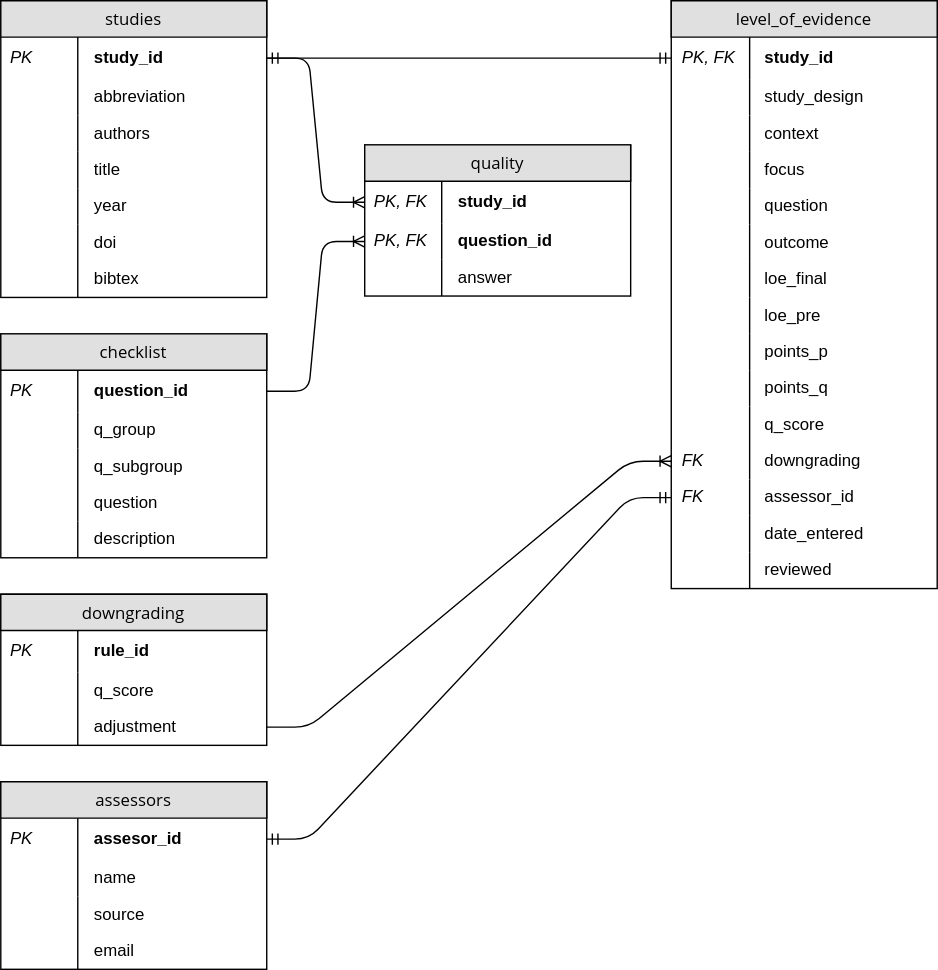
Earlier version of the draw.io export fig/eat_db.svg (dschoenig/eat). Source tidied: cells renumbered, new cells last; positions are measured from the earlier drawing's top-left corner, leaving out a move shared by most shapes.
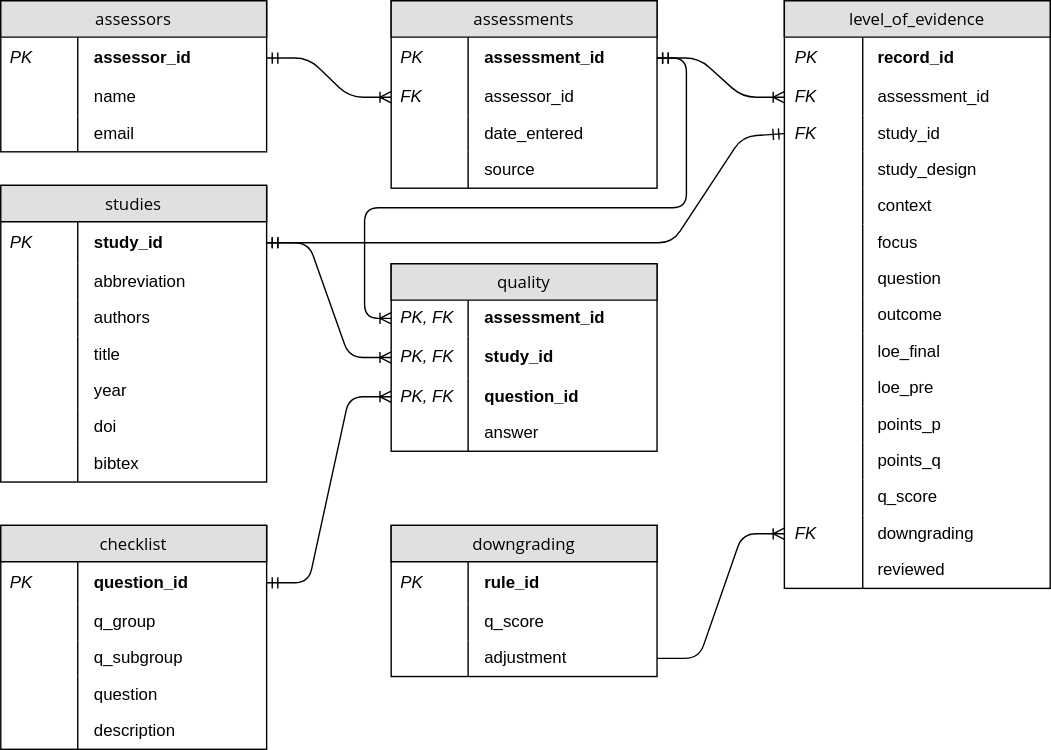
After the change.

Commit message:
updated ERD of database

Change to the diagram source:
```diff
@@ -5,12 +5,24 @@
     <mxCell id="2" value="level_of_evidence" style="swimlane;fontStyle=0;horizontal=1;startSize=26;fillColor=#e0e0e0;swimlaneFillColor=#ffffff;align=center;rounded=0;shadow=0;glass=0;comic=0;strokeColor=#000000;fontFamily=Open Sans;" parent="1" vertex="1">
-      <mxGeometry x="479" width="190" height="420" as="geometry" />
+      <mxGeometry x="530" y="-33" width="190" height="420" as="geometry" />
     </mxCell>
-    <mxCell id="3" value="study_id" style="shape=partialRectangle;top=0;left=0;right=0;bottom=0;align=left;verticalAlign=middle;fillColor=none;spacingLeft=64;spacingRight=4;overflow=hidden;points=[[0,0.5],[1,0.5]];portConstraint=eastwest;fontStyle=1;" parent="2" vertex="1">
+    <mxCell id="3" value="record_id" style="shape=partialRectangle;top=0;left=0;right=0;bottom=0;align=left;verticalAlign=middle;fillColor=none;spacingLeft=64;spacingRight=4;overflow=hidden;points=[[0,0.5],[1,0.5]];portConstraint=eastwest;fontStyle=1;" parent="2" vertex="1">
       <mxGeometry y="26" width="190" height="30" as="geometry" />
     </mxCell>
-    <mxCell id="4" value="PK, FK" style="shape=partialRectangle;top=0;left=0;bottom=0;fillColor=none;align=left;verticalAlign=middle;spacingLeft=4;spacingRight=4;overflow=hidden;fontStyle=2;" parent="3" vertex="1">
+    <mxCell id="4" value="PK" style="shape=partialRectangle;top=0;left=0;bottom=0;fillColor=none;align=left;verticalAlign=middle;spacingLeft=4;spacingRight=4;overflow=hidden;fontStyle=2;" parent="3" vertex="1">
       <mxGeometry x="1" width="55" height="30" as="geometry" />
     </mxCell>
+    <mxCell id="27" value="assessment_id" style="shape=partialRectangle;top=0;left=0;right=0;bottom=0;align=left;verticalAlign=middle;fillColor=none;spacingLeft=64;spacingRight=4;overflow=hidden;points=[[0,0.5],[1,0.5]];portConstraint=eastwest;" parent="2" vertex="1">
+      <mxGeometry y="56" width="190" height="26" as="geometry" />
+    </mxCell>
+    <mxCell id="28" value="FK" style="shape=partialRectangle;top=0;left=0;bottom=0;fillColor=none;align=left;verticalAlign=middle;spacingLeft=4;spacingRight=4;overflow=hidden;fontStyle=2;" parent="27" vertex="1">
+      <mxGeometry x="1" width="55" height="26" as="geometry" />
+    </mxCell>
+    <mxCell id="87" value="study_id" style="shape=partialRectangle;top=0;left=0;right=0;bottom=0;align=left;verticalAlign=middle;fillColor=none;spacingLeft=64;spacingRight=4;overflow=hidden;points=[[0,0.5],[1,0.5]];portConstraint=eastwest;" parent="2" vertex="1">
+      <mxGeometry y="82" width="190" height="26" as="geometry" />
+    </mxCell>
+    <mxCell id="88" value="FK" style="shape=partialRectangle;top=0;left=0;bottom=0;fillColor=none;align=left;verticalAlign=middle;spacingLeft=4;spacingRight=4;overflow=hidden;fontStyle=2;" parent="87" vertex="1">
+      <mxGeometry x="1" width="55" height="26" as="geometry" />
+    </mxCell>
     <mxCell id="5" value="study_design" style="shape=partialRectangle;top=0;left=0;right=0;bottom=0;align=left;verticalAlign=middle;fillColor=none;spacingLeft=64;spacingRight=4;overflow=hidden;" parent="2" vertex="1">
-      <mxGeometry y="56" width="190" height="26" as="geometry" />
+      <mxGeometry y="108" width="190" height="26" as="geometry" />
     </mxCell>
@@ -20,3 +32,3 @@
     <mxCell id="7" value="context" style="shape=partialRectangle;top=0;left=0;right=0;bottom=0;align=left;verticalAlign=middle;fillColor=none;spacingLeft=64;spacingRight=4;overflow=hidden;" parent="2" vertex="1">
-      <mxGeometry y="82" width="190" height="26" as="geometry" />
+      <mxGeometry y="134" width="190" height="26" as="geometry" />
     </mxCell>
@@ -26,3 +38,3 @@
     <mxCell id="9" value="focus" style="shape=partialRectangle;top=0;left=0;right=0;bottom=0;align=left;verticalAlign=middle;fillColor=none;spacingLeft=64;spacingRight=4;overflow=hidden;" parent="2" vertex="1">
-      <mxGeometry y="108" width="190" height="26" as="geometry" />
+      <mxGeometry y="160" width="190" height="26" as="geometry" />
     </mxCell>
@@ -32,3 +44,3 @@
     <mxCell id="11" value="question" style="shape=partialRectangle;top=0;left=0;right=0;bottom=0;align=left;verticalAlign=middle;fillColor=none;spacingLeft=64;spacingRight=4;overflow=hidden;" parent="2" vertex="1">
-      <mxGeometry y="134" width="190" height="26" as="geometry" />
+      <mxGeometry y="186" width="190" height="26" as="geometry" />
     </mxCell>
@@ -38,3 +50,3 @@
     <mxCell id="13" value="outcome" style="shape=partialRectangle;top=0;left=0;right=0;bottom=0;align=left;verticalAlign=middle;fillColor=none;spacingLeft=64;spacingRight=4;overflow=hidden;" parent="2" vertex="1">
-      <mxGeometry y="160" width="190" height="26" as="geometry" />
+      <mxGeometry y="212" width="190" height="26" as="geometry" />
     </mxCell>
@@ -44,3 +56,3 @@
     <mxCell id="15" value="loe_final" style="shape=partialRectangle;top=0;left=0;right=0;bottom=0;align=left;verticalAlign=middle;fillColor=none;spacingLeft=64;spacingRight=4;overflow=hidden;" parent="2" vertex="1">
-      <mxGeometry y="186" width="190" height="26" as="geometry" />
+      <mxGeometry y="238" width="190" height="26" as="geometry" />
     </mxCell>
@@ -50,3 +62,3 @@
     <mxCell id="17" value="loe_pre" style="shape=partialRectangle;top=0;left=0;right=0;bottom=0;align=left;verticalAlign=middle;fillColor=none;spacingLeft=64;spacingRight=4;overflow=hidden;" parent="2" vertex="1">
-      <mxGeometry y="212" width="190" height="26" as="geometry" />
+      <mxGeometry y="264" width="190" height="26" as="geometry" />
     </mxCell>
@@ -56,3 +68,3 @@
     <mxCell id="19" value="points_p" style="shape=partialRectangle;top=0;left=0;right=0;bottom=0;align=left;verticalAlign=middle;fillColor=none;spacingLeft=64;spacingRight=4;overflow=hidden;" parent="2" vertex="1">
-      <mxGeometry y="238" width="190" height="26" as="geometry" />
+      <mxGeometry y="290" width="190" height="26" as="geometry" />
     </mxCell>
@@ -62,3 +74,3 @@
     <mxCell id="21" value="points_q" style="shape=partialRectangle;top=0;left=0;right=0;bottom=0;align=left;verticalAlign=middle;fillColor=none;spacingLeft=64;spacingRight=4;overflow=hidden;" parent="2" vertex="1">
-      <mxGeometry y="264" width="190" height="26" as="geometry" />
+      <mxGeometry y="316" width="190" height="26" as="geometry" />
     </mxCell>
@@ -68,3 +80,3 @@
     <mxCell id="23" value="q_score" style="shape=partialRectangle;top=0;left=0;right=0;bottom=0;align=left;verticalAlign=middle;fillColor=none;spacingLeft=64;spacingRight=4;overflow=hidden;" parent="2" vertex="1">
-      <mxGeometry y="290" width="190" height="26" as="geometry" />
+      <mxGeometry y="342" width="190" height="26" as="geometry" />
     </mxCell>
@@ -74,3 +86,3 @@
     <mxCell id="25" value="downgrading" style="shape=partialRectangle;top=0;left=0;right=0;bottom=0;align=left;verticalAlign=middle;fillColor=none;spacingLeft=64;spacingRight=4;overflow=hidden;points=[[0,0.5],[1,0.5]];portConstraint=eastwest;" parent="2" vertex="1">
-      <mxGeometry y="316" width="190" height="26" as="geometry" />
+      <mxGeometry y="368" width="190" height="26" as="geometry" />
     </mxCell>
@@ -79,14 +91,2 @@
     </mxCell>
-    <mxCell id="27" value="assessor_id" style="shape=partialRectangle;top=0;left=0;right=0;bottom=0;align=left;verticalAlign=middle;fillColor=none;spacingLeft=64;spacingRight=4;overflow=hidden;points=[[0,0.5],[1,0.5]];portConstraint=eastwest;" parent="2" vertex="1">
-      <mxGeometry y="342" width="190" height="26" as="geometry" />
-    </mxCell>
-    <mxCell id="28" value="FK" style="shape=partialRectangle;top=0;left=0;bottom=0;fillColor=none;align=left;verticalAlign=middle;spacingLeft=4;spacingRight=4;overflow=hidden;fontStyle=2;" parent="27" vertex="1">
-      <mxGeometry x="1" width="55" height="26" as="geometry" />
-    </mxCell>
-    <mxCell id="29" value="date_entered" style="shape=partialRectangle;top=0;left=0;right=0;bottom=0;align=left;verticalAlign=middle;fillColor=none;spacingLeft=64;spacingRight=4;overflow=hidden;" parent="2" vertex="1">
-      <mxGeometry y="368" width="190" height="26" as="geometry" />
-    </mxCell>
-    <mxCell id="30" style="shape=partialRectangle;top=0;left=0;bottom=0;fillColor=none;align=left;verticalAlign=middle;spacingLeft=4;spacingRight=4;overflow=hidden;" parent="29" vertex="1">
-      <mxGeometry x="1" width="55" height="26" as="geometry" />
-    </mxCell>
     <mxCell id="31" value="reviewed" style="shape=partialRectangle;top=0;left=0;right=0;bottom=0;align=left;verticalAlign=middle;fillColor=none;spacingLeft=64;spacingRight=4;overflow=hidden;" parent="2" vertex="1">
@@ -98,5 +98,5 @@
     <mxCell id="33" value="assessors" style="swimlane;fontStyle=0;horizontal=1;startSize=26;fillColor=#e0e0e0;swimlaneFillColor=#ffffff;align=center;rounded=0;shadow=0;glass=0;comic=0;strokeColor=#000000;fontFamily=Open Sans;" parent="1" vertex="1">
-      <mxGeometry y="558" width="190" height="134" as="geometry" />
+      <mxGeometry x="-30" y="-33" width="190" height="108" as="geometry" />
     </mxCell>
-    <mxCell id="34" value="assesor_id" style="shape=partialRectangle;top=0;left=0;right=0;bottom=0;align=left;verticalAlign=middle;fillColor=none;spacingLeft=64;spacingRight=4;overflow=hidden;points=[[0,0.5],[1,0.5]];portConstraint=eastwest;fontStyle=1;" parent="33" vertex="1">
+    <mxCell id="34" value="assessor_id" style="shape=partialRectangle;top=0;left=0;right=0;bottom=0;align=left;verticalAlign=middle;fillColor=none;spacingLeft=64;spacingRight=4;overflow=hidden;points=[[0,0.5],[1,0.5]];portConstraint=eastwest;fontStyle=1;" parent="33" vertex="1">
       <mxGeometry y="26" width="190" height="30" as="geometry" />
@@ -112,10 +112,4 @@
     </mxCell>
-    <mxCell id="38" value="source" style="shape=partialRectangle;top=0;left=0;right=0;bottom=0;align=left;verticalAlign=middle;fillColor=none;spacingLeft=64;spacingRight=4;overflow=hidden;" parent="33" vertex="1">
-      <mxGeometry y="82" width="190" height="26" as="geometry" />
-    </mxCell>
-    <mxCell id="39" style="shape=partialRectangle;top=0;left=0;bottom=0;fillColor=none;align=left;verticalAlign=middle;spacingLeft=64;spacingRight=4;overflow=hidden;" parent="38" vertex="1">
-      <mxGeometry width="55" height="26" as="geometry" />
-    </mxCell>
     <mxCell id="40" value="email" style="shape=partialRectangle;top=0;left=0;right=0;bottom=0;align=left;verticalAlign=middle;fillColor=none;spacingLeft=64;spacingRight=4;overflow=hidden;" parent="33" vertex="1">
-      <mxGeometry y="108" width="190" height="26" as="geometry" />
+      <mxGeometry y="82" width="190" height="26" as="geometry" />
     </mxCell>
@@ -125,3 +119,3 @@
     <mxCell id="42" value="studies" style="swimlane;fontStyle=0;horizontal=1;startSize=26;fillColor=#e0e0e0;swimlaneFillColor=#ffffff;align=center;rounded=0;shadow=0;glass=0;comic=0;strokeColor=#000000;fontFamily=Open Sans;" parent="1" vertex="1">
-      <mxGeometry width="190" height="212" as="geometry" />
+      <mxGeometry x="-30" y="99" width="190" height="212" as="geometry" />
     </mxCell>
@@ -170,3 +164,3 @@
     <mxCell id="57" value="checklist" style="swimlane;fontStyle=0;horizontal=1;startSize=26;fillColor=#e0e0e0;swimlaneFillColor=#ffffff;align=center;rounded=0;shadow=0;glass=0;comic=0;strokeColor=#000000;fontFamily=Open Sans;" parent="1" vertex="1">
-      <mxGeometry y="238" width="190" height="160" as="geometry" />
+      <mxGeometry x="-30" y="342" width="190" height="160" as="geometry" />
     </mxCell>
@@ -203,3 +197,3 @@
     <mxCell id="68" value="downgrading" style="swimlane;fontStyle=0;horizontal=1;startSize=26;fillColor=#e0e0e0;swimlaneFillColor=#ffffff;align=center;rounded=0;shadow=0;glass=0;comic=0;strokeColor=#000000;fontFamily=Open Sans;" parent="1" vertex="1">
-      <mxGeometry y="424" width="190" height="108" as="geometry" />
+      <mxGeometry x="249" y="342" width="190" height="108" as="geometry" />
     </mxCell>
@@ -223,8 +217,10 @@
     </mxCell>
-    <mxCell id="75" style="edgeStyle=entityRelationEdgeStyle;html=1;endArrow=ERmandOne;startArrow=ERmandOne;entryX=0;entryY=0.5;exitX=1;exitY=0.5;" parent="1" edge="1" source="43" target="3">
-      <mxGeometry relative="1" as="geometry" />
+    <mxCell id="75" style="html=1;endArrow=ERmandOne;startArrow=ERmandOne;entryX=0;entryY=0.5;exitX=1;exitY=0.5;" parent="1" edge="1" source="43" target="87">
+      <mxGeometry relative="1" as="geometry">
+        <Array as="points">
+          <mxPoint x="450" y="140" />
+          <mxPoint x="500" y="64" />
+        </Array>
+      </mxGeometry>
     </mxCell>
-    <mxCell id="76" style="edgeStyle=entityRelationEdgeStyle;html=1;endArrow=ERmandOne;startArrow=ERmandOne;entryX=0;entryY=0.5;exitX=1;exitY=0.5;" parent="1" edge="1" source="34" target="27">
-      <mxGeometry relative="1" as="geometry" />
-    </mxCell>
     <mxCell id="77" style="edgeStyle=entityRelationEdgeStyle;html=1;endArrow=ERoneToMany;entryX=0;entryY=0.5;exitX=1;exitY=0.5;" parent="1" edge="1" source="73" target="25">
@@ -232,13 +228,13 @@
     </mxCell>
-    <mxCell id="78" style="edgeStyle=entityRelationEdgeStyle;html=1;endArrow=ERoneToMany;entryX=0;entryY=0.5;exitX=1;exitY=0.5;" parent="1" edge="1" source="58" target="83">
-      <mxGeometry relative="1" as="geometry" />
-    </mxCell>
-    <mxCell id="79" style="edgeStyle=entityRelationEdgeStyle;html=1;endArrow=ERoneToMany;exitX=1;exitY=0.5;entryX=0;entryY=0.5;" parent="1" edge="1" source="43" target="81">
-      <mxGeometry relative="1" as="geometry" />
-    </mxCell>
     <mxCell id="80" value="quality" style="swimlane;fontStyle=0;horizontal=1;startSize=26;fillColor=#e0e0e0;swimlaneFillColor=#ffffff;align=center;rounded=0;shadow=0;glass=0;comic=0;strokeColor=#000000;fontFamily=Open Sans;" parent="1" vertex="1">
-      <mxGeometry x="260" y="103" width="190" height="108" as="geometry" />
+      <mxGeometry x="249" y="155" width="190" height="134" as="geometry" />
     </mxCell>
+    <mxCell id="89" value="assessment_id" style="shape=partialRectangle;top=0;left=0;right=0;bottom=0;align=left;verticalAlign=middle;fillColor=none;spacingLeft=64;spacingRight=4;overflow=hidden;points=[[0,0.5],[1,0.5]];portConstraint=eastwest;fontStyle=1;" parent="80" vertex="1">
+      <mxGeometry y="26" width="190" height="26" as="geometry" />
+    </mxCell>
+    <mxCell id="90" value="PK, FK" style="shape=partialRectangle;top=0;left=0;bottom=0;fillColor=none;align=left;verticalAlign=middle;spacingLeft=4;spacingRight=4;overflow=hidden;fontStyle=2;" parent="89" vertex="1">
+      <mxGeometry width="55" height="26" as="geometry" />
+    </mxCell>
     <mxCell id="81" value="study_id" style="shape=partialRectangle;top=0;left=0;right=0;bottom=0;align=left;verticalAlign=middle;fillColor=none;spacingLeft=64;spacingRight=4;overflow=hidden;points=[[0,0.5],[1,0.5]];portConstraint=eastwest;fontStyle=1;" parent="80" vertex="1">
-      <mxGeometry y="26" width="190" height="30" as="geometry" />
+      <mxGeometry y="52" width="190" height="30" as="geometry" />
     </mxCell>
@@ -248,3 +244,3 @@
     <mxCell id="83" value="question_id" style="shape=partialRectangle;top=0;left=0;right=0;bottom=0;align=left;verticalAlign=middle;fillColor=none;spacingLeft=64;spacingRight=4;overflow=hidden;points=[[0,0.5],[1,0.5]];portConstraint=eastwest;fontStyle=1;" parent="80" vertex="1">
-      <mxGeometry y="56" width="190" height="26" as="geometry" />
+      <mxGeometry y="82" width="190" height="26" as="geometry" />
     </mxCell>
@@ -254,3 +250,3 @@
     <mxCell id="85" value="answer" style="shape=partialRectangle;top=0;left=0;right=0;bottom=0;align=left;verticalAlign=middle;fillColor=none;spacingLeft=64;spacingRight=4;overflow=hidden;" parent="80" vertex="1">
-      <mxGeometry y="82" width="190" height="26" as="geometry" />
+      <mxGeometry y="108" width="190" height="26" as="geometry" />
     </mxCell>
@@ -259,2 +255,51 @@
     </mxCell>
+    <mxCell id="91" value="assessments" style="swimlane;fontStyle=0;horizontal=1;startSize=26;fillColor=#e0e0e0;swimlaneFillColor=#ffffff;align=center;rounded=0;shadow=0;glass=0;comic=0;strokeColor=#000000;fontFamily=Open Sans;" parent="1" vertex="1">
+      <mxGeometry x="249" y="-33" width="190" height="134" as="geometry" />
+    </mxCell>
+    <mxCell id="92" value="assessment_id" style="shape=partialRectangle;top=0;left=0;right=0;bottom=0;align=left;verticalAlign=middle;fillColor=none;spacingLeft=64;spacingRight=4;overflow=hidden;points=[[0,0.5],[1,0.5]];portConstraint=eastwest;fontStyle=1;" parent="91" vertex="1">
+      <mxGeometry y="26" width="190" height="30" as="geometry" />
+    </mxCell>
+    <mxCell id="93" value="PK" style="shape=partialRectangle;top=0;left=0;bottom=0;fillColor=none;align=left;verticalAlign=middle;spacingLeft=4;spacingRight=4;overflow=hidden;fontStyle=2;" parent="92" vertex="1">
+      <mxGeometry width="55" height="30" as="geometry" />
+    </mxCell>
+    <mxCell id="94" value="assessor_id" style="shape=partialRectangle;top=0;left=0;right=0;bottom=0;align=left;verticalAlign=middle;fillColor=none;spacingLeft=64;spacingRight=4;overflow=hidden;points=[[0,0.5],[1,0.5]];portConstraint=eastwest;" parent="91" vertex="1">
+      <mxGeometry y="56" width="190" height="26" as="geometry" />
+    </mxCell>
+    <mxCell id="95" value="FK" style="shape=partialRectangle;top=0;left=0;bottom=0;fillColor=none;align=left;verticalAlign=middle;spacingLeft=4;spacingRight=4;overflow=hidden;fontStyle=2;" parent="94" vertex="1">
+      <mxGeometry width="55" height="26" as="geometry" />
+    </mxCell>
+    <mxCell id="29" value="date_entered" style="shape=partialRectangle;top=0;left=0;right=0;bottom=0;align=left;verticalAlign=middle;fillColor=none;spacingLeft=64;spacingRight=4;overflow=hidden;" parent="91" vertex="1">
+      <mxGeometry y="82" width="190" height="26" as="geometry" />
+    </mxCell>
+    <mxCell id="96" style="shape=partialRectangle;top=0;left=0;bottom=0;fillColor=none;align=left;verticalAlign=middle;spacingLeft=4;spacingRight=4;overflow=hidden;" parent="29" vertex="1">
+      <mxGeometry width="55" height="26" as="geometry" />
+    </mxCell>
+    <mxCell id="38" value="source" style="shape=partialRectangle;top=0;left=0;right=0;bottom=0;align=left;verticalAlign=middle;fillColor=none;spacingLeft=64;spacingRight=4;overflow=hidden;" parent="91" vertex="1">
+      <mxGeometry y="108" width="190" height="26" as="geometry" />
+    </mxCell>
+    <mxCell id="39" style="shape=partialRectangle;top=0;left=0;bottom=0;fillColor=none;align=left;verticalAlign=middle;spacingLeft=64;spacingRight=4;overflow=hidden;" parent="38" vertex="1">
+      <mxGeometry width="55" height="26" as="geometry" />
+    </mxCell>
+    <mxCell id="78" style="edgeStyle=entityRelationEdgeStyle;html=1;endArrow=ERoneToMany;startArrow=ERmandOne;exitX=1;exitY=0.5;entryX=0;entryY=0.5;" parent="1" edge="1" source="58" target="83">
+      <mxGeometry relative="1" as="geometry" />
+    </mxCell>
+    <mxCell id="79" style="edgeStyle=entityRelationEdgeStyle;html=1;endArrow=ERoneToMany;startArrow=ERmandOne;exitX=1;exitY=0.5;entryX=0;entryY=0.5;" parent="1" edge="1" source="43" target="81">
+      <mxGeometry relative="1" as="geometry" />
+    </mxCell>
+    <mxCell id="97" style="edgeStyle=entityRelationEdgeStyle;html=1;endArrow=ERoneToMany;startArrow=ERmandOne;exitX=1;exitY=0.5;entryX=0;entryY=0.5;" parent="1" edge="1" source="34" target="94">
+      <mxGeometry relative="1" as="geometry" />
+    </mxCell>
+    <mxCell id="98" style="edgeStyle=entityRelationEdgeStyle;html=1;endArrow=ERoneToMany;startArrow=ERmandOne;exitX=1;exitY=0.5;entryX=0;entryY=0.5;" parent="1" edge="1" source="92" target="27">
+      <mxGeometry relative="1" as="geometry" />
+    </mxCell>
+    <mxCell id="99" style="edgeStyle=orthogonalEdgeStyle;html=1;endArrow=ERoneToMany;startArrow=ERmandOne;exitX=1;exitY=0.5;entryX=0;entryY=0.5;" parent="1" edge="1" source="92" target="89">
+      <mxGeometry relative="1" as="geometry">
+        <Array as="points">
+          <mxPoint x="460" y="8" />
+          <mxPoint x="460" y="115" />
+          <mxPoint x="230" y="115" />
+          <mxPoint x="230" y="194" />
+        </Array>
+      </mxGeometry>
+    </mxCell>
   </root>
```
